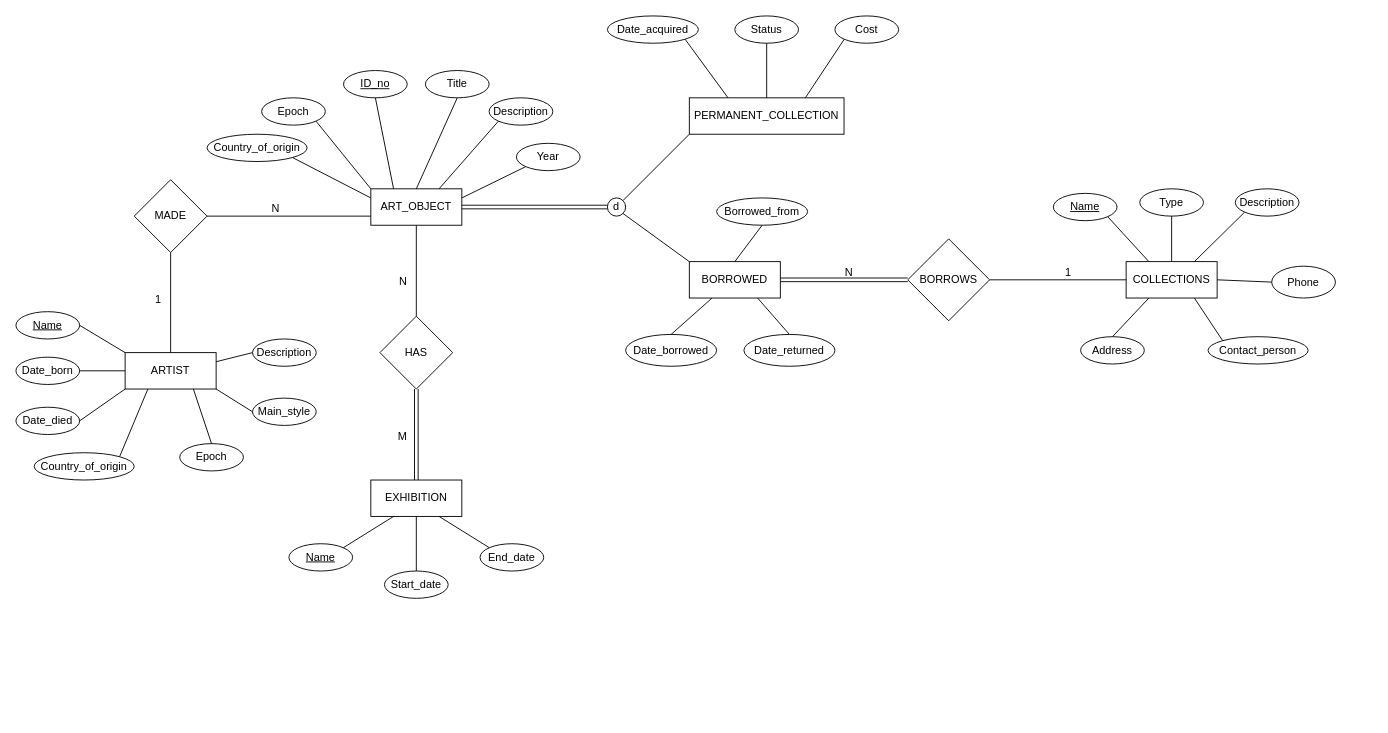
This is Database_Design_Folder/Brandon EER.drawio from Maan-Khedr-ENSF-300/museum-project-wannabyte, a draw.io file, before an edit. Source tidied: cells renumbered, new cells numbered last; positions are measured from the earlier drawing's top-left corner, leaving out a move shared by most shapes. Both pictures are drawn from the tidied source at 91%, with x=0, y=0 at pixel (15, 15).
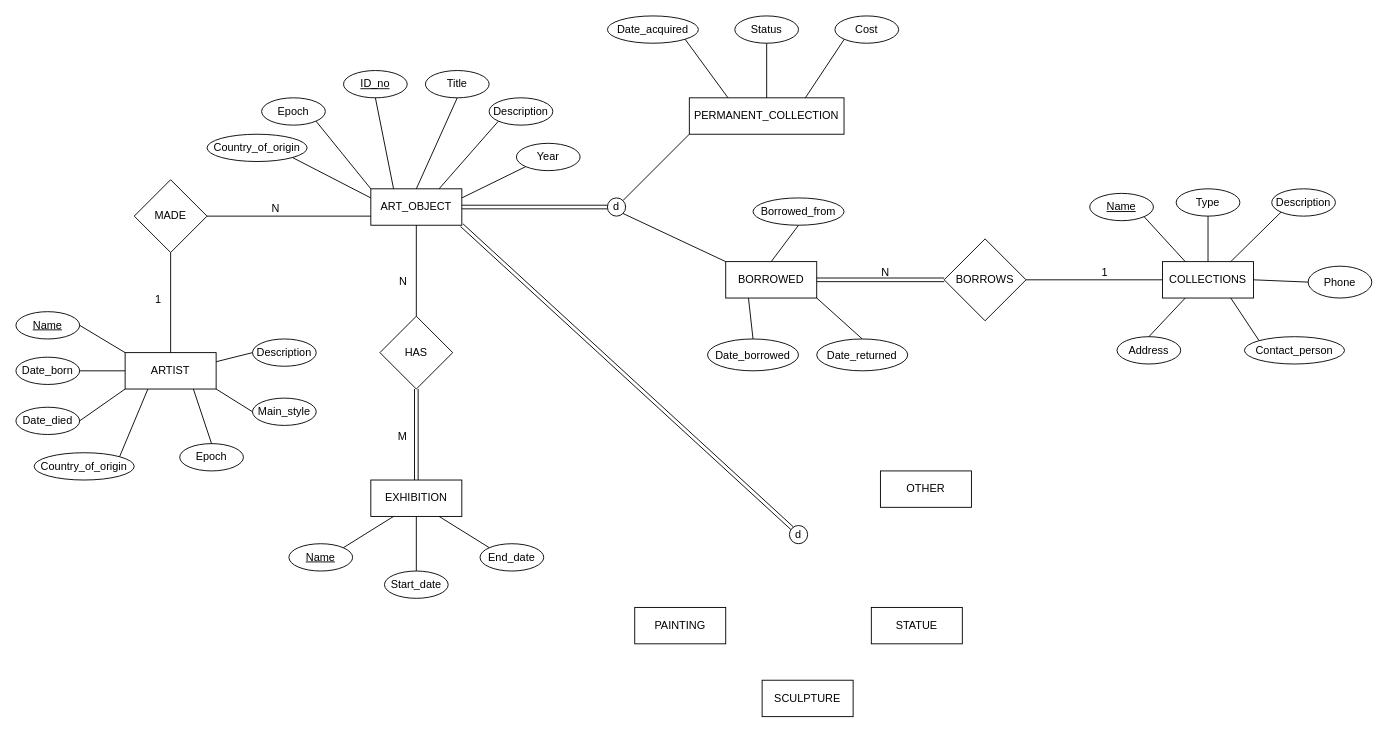
Above is the later version.

Commit message:
disjoint for  OTHER STATUE SCULPTURE AND PAINTING

The change refers to these unchanged cells:
```xml
<mxCell id="2" value="ART_OBJECT" style="whiteSpace=wrap;html=1;align=center;" parent="1" vertex="1">
  <mxGeometry x="390" y="190" width="100" height="40" as="geometry" />
</mxCell>
```

Change to the diagram source:
```diff
@@
     <mxCell id="57" value="BORROWED" style="whiteSpace=wrap;html=1;align=center;" parent="1" vertex="1">
-      <mxGeometry x="740" y="270" width="100" height="40" as="geometry" />
+      <mxGeometry x="780" y="270" width="100" height="40" as="geometry" />
     </mxCell>
@@
     <mxCell id="59" value="Borrowed_from" style="ellipse;whiteSpace=wrap;html=1;align=center;" parent="1" vertex="1">
-      <mxGeometry x="770" y="200" width="100" height="30" as="geometry" />
+      <mxGeometry x="810" y="200" width="100" height="30" as="geometry" />
     </mxCell>
     <mxCell id="60" value="Date_borrowed" style="ellipse;whiteSpace=wrap;html=1;align=center;" parent="1" vertex="1">
-      <mxGeometry x="670" y="350" width="100" height="35" as="geometry" />
+      <mxGeometry x="760" y="355" width="100" height="35" as="geometry" />
     </mxCell>
     <mxCell id="61" value="Date_returned" style="ellipse;whiteSpace=wrap;html=1;align=center;" parent="1" vertex="1">
-      <mxGeometry x="800" y="350" width="100" height="35" as="geometry" />
+      <mxGeometry x="880" y="355" width="100" height="35" as="geometry" />
     </mxCell>
@@
-    <mxCell id="64" style="endArrow=none;html=1;rounded=0;exitX=0.75;exitY=1;exitDx=0;exitDy=0;entryX=0.5;entryY=0;entryDx=0;entryDy=0;" parent="1" edge="1" source="57" target="61">
+    <mxCell id="64" style="endArrow=none;html=1;rounded=0;exitX=1;exitY=1;exitDx=0;exitDy=0;entryX=0.5;entryY=0;entryDx=0;entryDy=0;" parent="1" edge="1" source="57" target="61">
       <mxGeometry relative="1" as="geometry" />
     </mxCell>
     <mxCell id="65" value="BORROWS" style="shape=rhombus;perimeter=rhombusPerimeter;whiteSpace=wrap;html=1;align=center;" parent="1" vertex="1">
-      <mxGeometry x="980" y="245" width="90" height="90" as="geometry" />
+      <mxGeometry x="1020" y="245" width="90" height="90" as="geometry" />
     </mxCell>
@@
     <mxCell id="68" value="COLLECTIONS" style="whiteSpace=wrap;html=1;align=center;" parent="1" vertex="1">
-      <mxGeometry x="1220" y="270" width="100" height="40" as="geometry" />
+      <mxGeometry x="1260" y="270" width="100" height="40" as="geometry" />
     </mxCell>
@@
     <mxCell id="71" value="Name" style="ellipse;whiteSpace=wrap;html=1;align=center;fontStyle=4;" parent="1" vertex="1">
-      <mxGeometry x="1140" y="195" width="70" height="30" as="geometry" />
+      <mxGeometry x="1180" y="195" width="70" height="30" as="geometry" />
     </mxCell>
     <mxCell id="72" value="Type" style="ellipse;whiteSpace=wrap;html=1;align=center;" parent="1" vertex="1">
-      <mxGeometry x="1235" y="190" width="70" height="30" as="geometry" />
+      <mxGeometry x="1275" y="190" width="70" height="30" as="geometry" />
     </mxCell>
     <mxCell id="73" value="Description" style="ellipse;whiteSpace=wrap;html=1;align=center;" parent="1" vertex="1">
-      <mxGeometry x="1340" y="190" width="70" height="30" as="geometry" />
+      <mxGeometry x="1380" y="190" width="70" height="30" as="geometry" />
     </mxCell>
     <mxCell id="74" value="Phone" style="ellipse;whiteSpace=wrap;html=1;align=center;" parent="1" vertex="1">
-      <mxGeometry x="1380" y="275" width="70" height="35" as="geometry" />
+      <mxGeometry x="1420" y="275" width="70" height="35" as="geometry" />
     </mxCell>
     <mxCell id="75" value="Contact_person" style="ellipse;whiteSpace=wrap;html=1;align=center;" parent="1" vertex="1">
-      <mxGeometry x="1310" y="352.5" width="110" height="30" as="geometry" />
+      <mxGeometry x="1350" y="352.5" width="110" height="30" as="geometry" />
     </mxCell>
     <mxCell id="76" value="Address" style="ellipse;whiteSpace=wrap;html=1;align=center;" parent="1" vertex="1">
-      <mxGeometry x="1170" y="352.5" width="70" height="30" as="geometry" />
+      <mxGeometry x="1210" y="352.5" width="70" height="30" as="geometry" />
     </mxCell>
@@
+    <mxCell id="83" value="d" style="ellipse;whiteSpace=wrap;html=1;align=center;" parent="1" vertex="1">
+      <mxGeometry x="850" y="560" width="20" height="20" as="geometry" />
+    </mxCell>
+    <mxCell id="84" style="shape=link;html=1;rounded=0;exitX=1;exitY=1;exitDx=0;exitDy=0;entryX=0;entryY=0;entryDx=0;entryDy=0;" parent="1" edge="1" source="2" target="83">
+      <mxGeometry relative="1" as="geometry" />
+    </mxCell>
+    <mxCell id="85" value="OTHER" style="whiteSpace=wrap;html=1;align=center;" parent="1" vertex="1">
+      <mxGeometry x="950" y="500" width="100" height="40" as="geometry" />
+    </mxCell>
+    <mxCell id="86" value="STATUE" style="whiteSpace=wrap;html=1;align=center;" parent="1" vertex="1">
+      <mxGeometry x="940" y="650" width="100" height="40" as="geometry" />
+    </mxCell>
+    <mxCell id="87" value="SCULPTURE" style="whiteSpace=wrap;html=1;align=center;" parent="1" vertex="1">
+      <mxGeometry x="820" y="730" width="100" height="40" as="geometry" />
+    </mxCell>
+    <mxCell id="88" value="PAINTING" style="whiteSpace=wrap;html=1;align=center;" parent="1" vertex="1">
+      <mxGeometry x="680" y="650" width="100" height="40" as="geometry" />
+    </mxCell>
```
